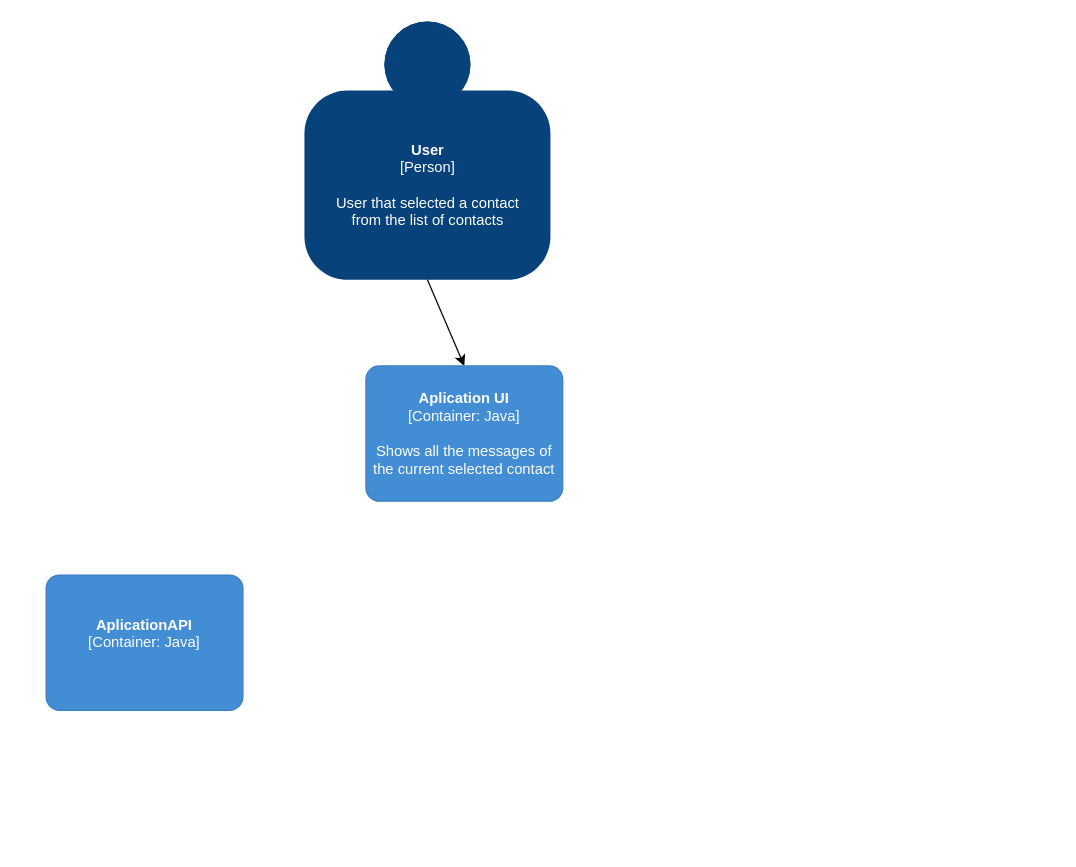
Earlier version of the draw.io diagram page "Container-Diagram" (2 of 3) of C4/C4-Messaging-Module.drawio (HristeaIonut/Morse-Diagrams). Source tidied: cells renumbered, new cells numbered last; positions are measured from the earlier drawing's top-left corner, leaving out a move shared by most shapes. Both pictures are drawn from the tidied source at 123%, with x=0, y=0 at pixel (46, 21).
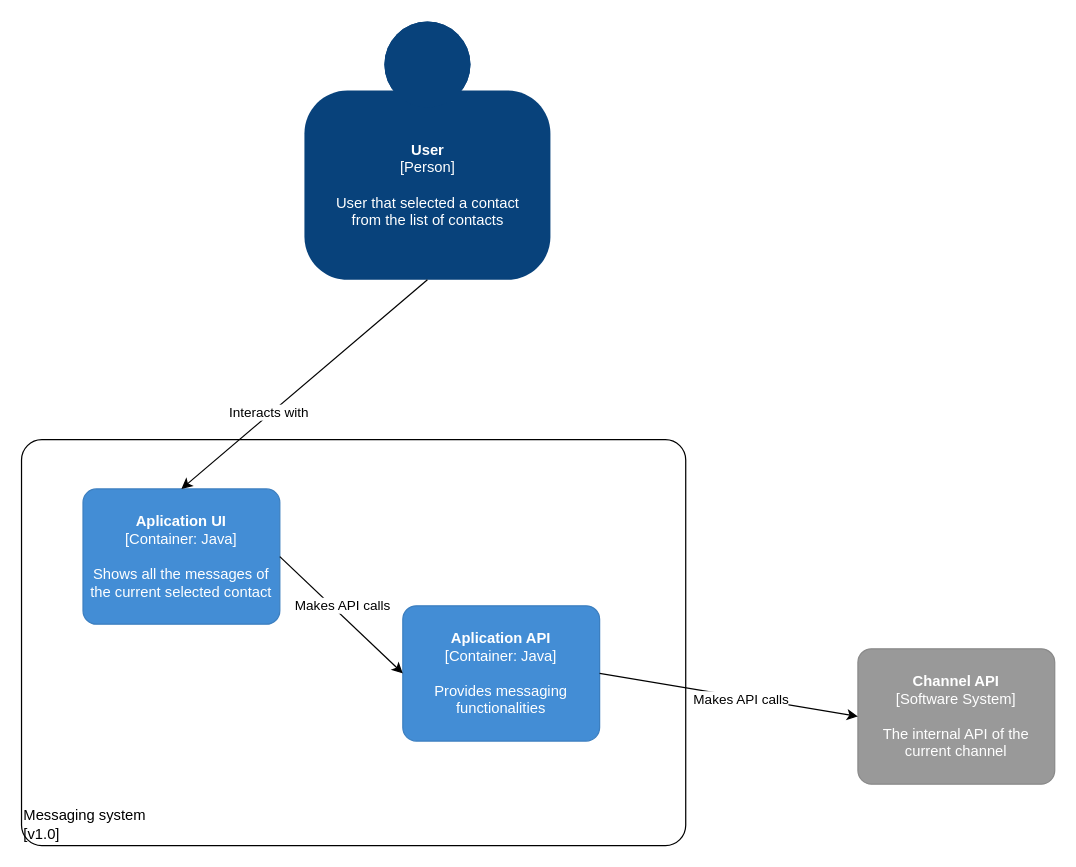
After the change.

Diff of the diagram source:
```diff
@@
 <mxGraphModel>
   <root>
     <mxCell id="0" />
     <mxCell id="1" parent="0" />
     <object id="2" label="&lt;b&gt;%c4Name%&lt;/b&gt;&lt;div&gt;[%c4Type%]&lt;/div&gt;&lt;br&gt;&lt;div&gt;%c4Description%&lt;/div&gt;" c4Description="User that selected a contact &#10;from the list of contacts" c4Name="User" c4Type="Person" placeholders="1">
       <mxCell style="html=1;dashed=0;whitespace=wrap;fillColor=#08427b;strokeColor=none;fontColor=#ffffff;shape=mxgraph.c4.person;align=center;points=[[0.5,0,0],[1,0.5,0],[1,0.75,0],[0.75,1,0],[0.5,1,0],[0.25,1,0],[0,0.75,0],[0,0.5,0]];metaData={&quot;c4Type&quot;:{&quot;editable&quot;:false}};" parent="1" vertex="1">
         <mxGeometry x="210" width="200" height="210" as="geometry" />
       </mxCell>
     </object>
+    <object id="6" label="&lt;div style=&quot;text-align: left&quot;&gt;%c4Name%&lt;/div&gt;&lt;div style=&quot;text-align: left&quot;&gt;[%c4Application%]&lt;/div&gt;" c4Application="v1.0" c4Name="Messaging system" placeholders="1">
+      <mxCell style="rounded=1;whiteSpace=wrap;html=1;labelBackgroundColor=none;fillColor=#ffffff;fontColor=#000000;align=left;arcSize=5;strokeColor=#000000;verticalAlign=bottom;metaData={&quot;c4Type&quot;:{&quot;editable&quot;:false}};" parent="1" vertex="1">
+        <mxGeometry x="-20" y="340" width="540" height="330" as="geometry" />
+      </mxCell>
+    </object>
+    <object id="5" label="&lt;b&gt;%c4Name%&lt;/b&gt;&lt;div&gt;[%c4Type%: %c4Technology%]&lt;/div&gt;&lt;br&gt;&lt;div&gt;%c4Description%&lt;/div&gt;" c4Description="Shows all the messages of the current selected contact" c4Name="Aplication UI" c4Technology="Java" c4Type="Container" placeholders="1">
+      <mxCell style="rounded=1;whiteSpace=wrap;html=1;labelBackgroundColor=none;fillColor=#438DD5;fontColor=#ffffff;align=center;arcSize=10;strokeColor=#3C7FC0;metaData={&quot;c4Type&quot;:{&quot;editable&quot;:false}};points=[[0.25,0,0],[0.5,0,0],[0.75,0,0],[1,0.25,0],[1,0.5,0],[1,0.75,0],[0.75,1,0],[0.5,1,0],[0.25,1,0],[0,0.75,0],[0,0.5,0],[0,0.25,0]];" parent="1" vertex="1">
+        <mxGeometry x="30" y="380" width="160" height="110" as="geometry" />
+      </mxCell>
+    </object>
     <mxCell id="3" style="endArrow=classic;html=1;entryX=0.5;entryY=0;entryDx=0;entryDy=0;entryPerimeter=0;exitX=0.5;exitY=1;exitDx=0;exitDy=0;exitPerimeter=0;" parent="1" edge="1" source="2" target="5">
       <mxGeometry relative="1" as="geometry" />
     </mxCell>
+    <mxCell id="7" value="Interacts with" style="edgeLabel;html=1;align=center;verticalAlign=middle;" parent="3" vertex="1">
+      <mxGeometry x="0.28" y="-2" relative="1" as="geometry" />
+    </mxCell>
-    <object id="4" label="&lt;b&gt;%c4Name%&lt;/b&gt;&lt;div&gt;[%c4Type%: %c4Technology%]&lt;/div&gt;&lt;br&gt;&lt;div&gt;%c4Description%&lt;/div&gt;" c4Description="" c4Name="AplicationAPI" c4Technology="Java" c4Type="Container" placeholders="1">
+    <object id="4" label="&lt;b&gt;%c4Name%&lt;/b&gt;&lt;div&gt;[%c4Type%: %c4Technology%]&lt;/div&gt;&lt;br&gt;&lt;div&gt;%c4Description%&lt;/div&gt;" c4Description="Provides messaging functionalities" c4Name="Aplication API" c4Technology="Java" c4Type="Container" placeholders="1">
       <mxCell style="rounded=1;whiteSpace=wrap;html=1;labelBackgroundColor=none;fillColor=#438DD5;fontColor=#ffffff;align=center;arcSize=10;strokeColor=#3C7FC0;metaData={&quot;c4Type&quot;:{&quot;editable&quot;:false}};points=[[0.25,0,0],[0.5,0,0],[0.75,0,0],[1,0.25,0],[1,0.5,0],[1,0.75,0],[0.75,1,0],[0.5,1,0],[0.25,1,0],[0,0.75,0],[0,0.5,0],[0,0.25,0]];" parent="1" vertex="1">
-        <mxGeometry y="450" width="160" height="110" as="geometry" />
+        <mxGeometry x="290" y="475" width="160" height="110" as="geometry" />
       </mxCell>
     </object>
-    <object id="5" label="&lt;b&gt;%c4Name%&lt;/b&gt;&lt;div&gt;[%c4Type%: %c4Technology%]&lt;/div&gt;&lt;br&gt;&lt;div&gt;%c4Description%&lt;/div&gt;" c4Description="Shows all the messages of the current selected contact" c4Name="Aplication UI" c4Technology="Java" c4Type="Container" placeholders="1">
-      <mxCell style="rounded=1;whiteSpace=wrap;html=1;labelBackgroundColor=none;fillColor=#438DD5;fontColor=#ffffff;align=center;arcSize=10;strokeColor=#3C7FC0;metaData={&quot;c4Type&quot;:{&quot;editable&quot;:false}};points=[[0.25,0,0],[0.5,0,0],[0.75,0,0],[1,0.25,0],[1,0.5,0],[1,0.75,0],[0.75,1,0],[0.5,1,0],[0.25,1,0],[0,0.75,0],[0,0.5,0],[0,0.25,0]];" parent="1" vertex="1">
-        <mxGeometry x="260" y="280" width="160" height="110" as="geometry" />
-      </mxCell>
-    </object>
+    <mxCell id="8" style="endArrow=classic;html=1;entryX=0;entryY=0.5;entryDx=0;entryDy=0;entryPerimeter=0;exitX=1;exitY=0.5;exitDx=0;exitDy=0;exitPerimeter=0;" parent="1" edge="1" source="5" target="4">
+      <mxGeometry relative="1" as="geometry" />
+    </mxCell>
+    <mxCell id="9" value="Makes API calls" style="edgeLabel;html=1;align=center;verticalAlign=middle;" parent="8" vertex="1">
+      <mxGeometry x="0.28" y="-2" relative="1" as="geometry">
+        <mxPoint x="-12.4" y="-22.1" as="offset" />
+      </mxGeometry>
+    </mxCell>
+    <object id="10" label="&lt;b&gt;%c4Name%&lt;/b&gt;&lt;div&gt;[%c4Type%]&lt;/div&gt;&lt;br&gt;&lt;div&gt;%c4Description%&lt;/div&gt;" c4Description="The internal API of the current channel" c4Name="Channel API" c4Type="Software System" placeholders="1">
+      <mxCell style="rounded=1;whiteSpace=wrap;html=1;labelBackgroundColor=none;fillColor=#999999;fontColor=#ffffff;align=center;arcSize=10;strokeColor=#8A8A8A;metaData={&quot;c4Type&quot;:{&quot;editable&quot;:false}};points=[[0.25,0,0],[0.5,0,0],[0.75,0,0],[1,0.25,0],[1,0.5,0],[1,0.75,0],[0.75,1,0],[0.5,1,0],[0.25,1,0],[0,0.75,0],[0,0.5,0],[0,0.25,0]];" parent="1" vertex="1">
+        <mxGeometry x="660" y="510" width="160" height="110" as="geometry" />
+      </mxCell>
+    </object>
+    <mxCell id="11" style="endArrow=classic;html=1;entryX=0;entryY=0.5;entryDx=0;entryDy=0;entryPerimeter=0;exitX=1;exitY=0.5;exitDx=0;exitDy=0;exitPerimeter=0;" parent="1" edge="1" source="4" target="10">
+      <mxGeometry relative="1" as="geometry" />
+    </mxCell>
+    <mxCell id="12" value="Makes API calls" style="edgeLabel;html=1;align=center;verticalAlign=middle;" parent="11" vertex="1">
+      <mxGeometry x="0.28" y="-2" relative="1" as="geometry">
+        <mxPoint x="-19" y="-4.3" as="offset" />
+      </mxGeometry>
+    </mxCell>
   </root>
 </mxGraphModel>
```
